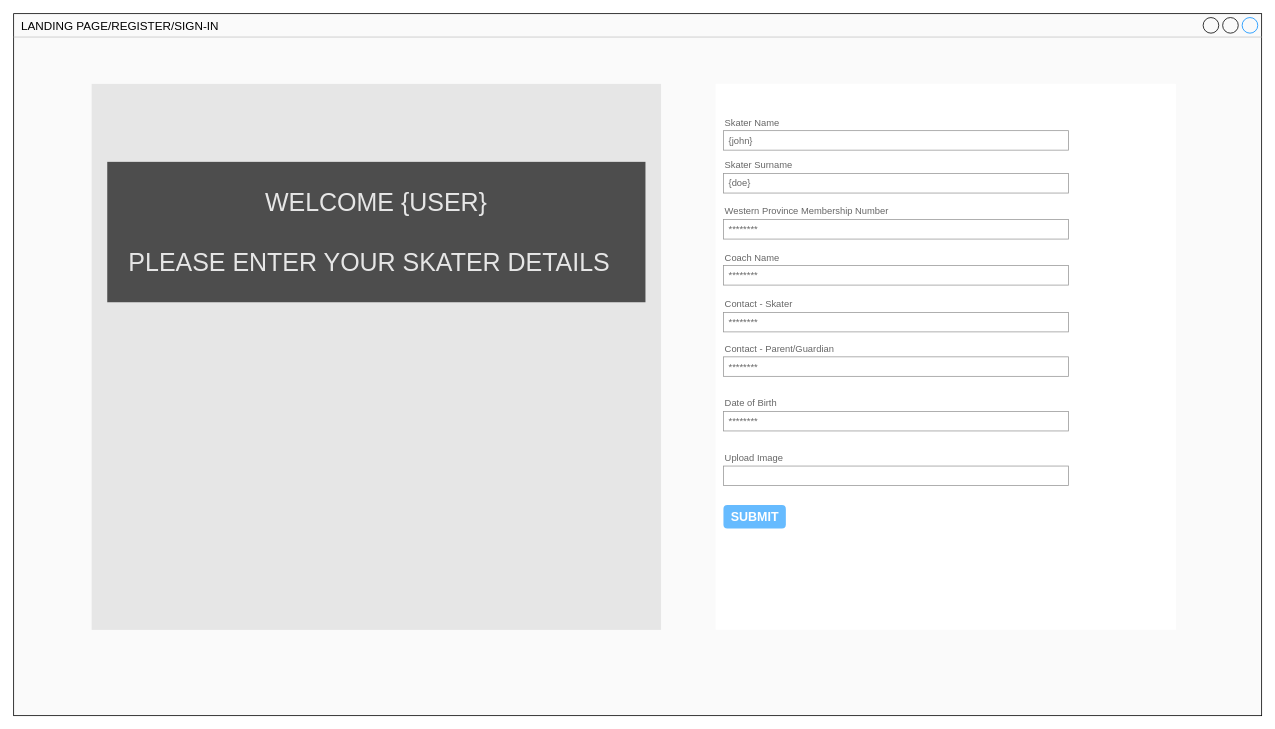
Above: page "ENTER SKATER DETAILS DESKTOP" (3 of 15) of SkaterPatchTimeApp.drawio in neilbenjamin/SkaterPatchTime (draw.io), before the change. Source tidied: cells renumbered, new cells numbered last; positions are measured from the earlier drawing's top-left corner, leaving out a move shared by most shapes. Both pictures are drawn from the tidied source at 78%, with x=0, y=0 at pixel (13, 13).
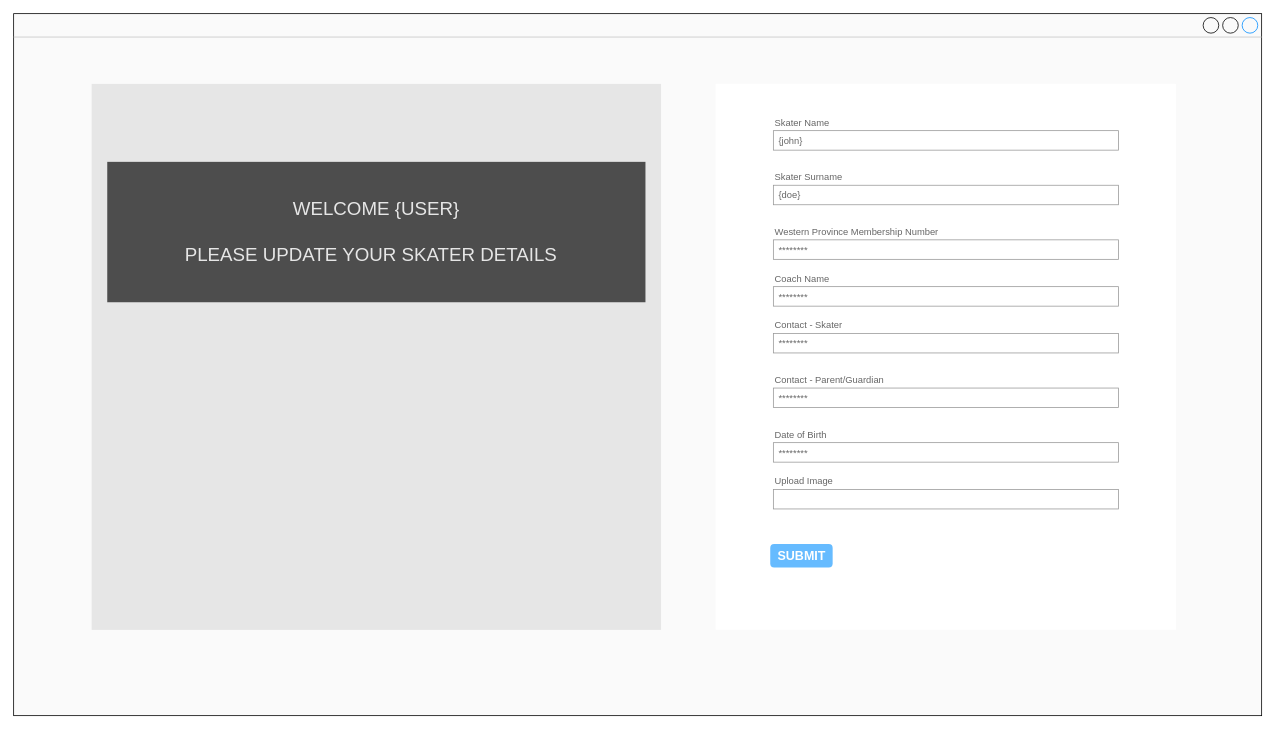
The same diagram, later.

The change refers to these unchanged cells:
```xml
<mxCell id="5" style="strokeWidth=1;shadow=0;dashed=0;align=center;html=1;shape=mxgraph.mockup.forms.rrect;rSize=0;strokeColor=none;fillColor=#ffffff;" parent="1" vertex="1">
  <mxGeometry x="900" y="90" width="590" height="700" as="geometry" />
</mxCell>
```

What changed in the source:
```diff
@@
-    <mxCell id="2" value="LANDING PAGE/REGISTER/SIGN-IN" style="strokeWidth=1;shadow=0;dashed=0;align=center;html=1;shape=mxgraph.mockup.containers.window;align=left;verticalAlign=top;spacingLeft=8;strokeColor2=#008cff;strokeColor3=#c4c4c4;mainText=;fontSize=15;labelBackgroundColor=none;whiteSpace=wrap;fillColor=#FAFAFA;" parent="1" vertex="1">
+    <mxCell id="2" style="strokeWidth=1;shadow=0;dashed=0;align=center;html=1;shape=mxgraph.mockup.containers.window;align=left;verticalAlign=top;spacingLeft=8;strokeColor2=#008cff;strokeColor3=#c4c4c4;mainText=;fontSize=15;labelBackgroundColor=none;whiteSpace=wrap;fillColor=#FAFAFA;" parent="1" vertex="1">
       <mxGeometry width="1600" height="900" as="geometry" />
     </mxCell>
@@
-    <mxCell id="4" value="&lt;font style=&quot;font-size: 32px;&quot;&gt;WELCOME {USER}&lt;br&gt;&lt;br&gt;PLEASE ENTER YOUR SKATER DETAILS&amp;nbsp;&amp;nbsp;&lt;/font&gt;" style="whiteSpace=wrap;html=1;strokeColor=none;fontColor=#E6E6E6;fillColor=#4D4D4D;" parent="1" vertex="1">
+    <mxCell id="4" value="&lt;font style=&quot;font-size: 24px;&quot;&gt;WELCOME {USER}&lt;br style=&quot;font-size: 24px;&quot;&gt;&lt;br style=&quot;font-size: 24px;&quot;&gt;PLEASE UPDATE YOUR SKATER DETAILS&amp;nbsp;&amp;nbsp;&lt;/font&gt;" style="whiteSpace=wrap;html=1;strokeColor=none;fontColor=#E6E6E6;fillColor=#4D4D4D;fontSize=24;" parent="1" vertex="1">
       <mxGeometry x="120" y="190" width="690" height="180" as="geometry" />
     </mxCell>
@@
     <mxCell id="6" value="Skater Name" style="strokeWidth=1;shadow=0;dashed=0;align=center;html=1;shape=mxgraph.mockup.forms.anchor;fontSize=12;fontColor=#666666;align=left;spacingLeft=0;" parent="5" vertex="1">
       <mxGeometry width="295" height="20" relative="1" as="geometry">
-        <mxPoint x="10" y="40" as="offset" />
+        <mxPoint x="74" y="40" as="offset" />
       </mxGeometry>
     </mxCell>
     <mxCell id="7" value="{john}" style="strokeWidth=1;shadow=0;dashed=0;align=center;html=1;shape=mxgraph.mockup.forms.rrect;rSize=0;strokeColor=#999999;fontColor=#666666;align=left;spacingLeft=5;" parent="5" vertex="1">
       <mxGeometry width="442.5" height="25" relative="1" as="geometry">
-        <mxPoint x="10" y="60" as="offset" />
+        <mxPoint x="74" y="60" as="offset" />
       </mxGeometry>
     </mxCell>
     <mxCell id="8" value="Skater Surname" style="strokeWidth=1;shadow=0;dashed=0;align=center;html=1;shape=mxgraph.mockup.forms.anchor;fontSize=12;fontColor=#666666;align=left;spacingLeft=0;" parent="5" vertex="1">
       <mxGeometry width="295" height="20" relative="1" as="geometry">
-        <mxPoint x="10" y="95" as="offset" />
+        <mxPoint x="74" y="110" as="offset" />
       </mxGeometry>
     </mxCell>
     <mxCell id="9" value="{doe}&amp;nbsp;" style="strokeWidth=1;shadow=0;dashed=0;align=center;html=1;shape=mxgraph.mockup.forms.rrect;rSize=0;strokeColor=#999999;fontColor=#666666;align=left;spacingLeft=5;" parent="5" vertex="1">
       <mxGeometry width="442.5" height="25" relative="1" as="geometry">
-        <mxPoint x="10" y="115" as="offset" />
+        <mxPoint x="74" y="130" as="offset" />
       </mxGeometry>
     </mxCell>
@@
     <mxCell id="11" value="SUBMIT" style="strokeWidth=1;shadow=0;dashed=0;align=center;html=1;shape=mxgraph.mockup.forms.rrect;rSize=5;strokeColor=none;fontColor=#ffffff;fillColor=#66bbff;fontSize=16;fontStyle=1;" parent="5" vertex="1">
       <mxGeometry y="1" width="80" height="30" relative="1" as="geometry">
-        <mxPoint x="10" y="-160" as="offset" />
+        <mxPoint x="70" y="-110" as="offset" />
       </mxGeometry>
     </mxCell>
     <mxCell id="12" value="Coach Name" style="strokeWidth=1;shadow=0;dashed=0;align=center;html=1;shape=mxgraph.mockup.forms.anchor;fontSize=12;fontColor=#666666;align=left;spacingLeft=0;" parent="5" vertex="1">
       <mxGeometry width="295" height="20" relative="1" as="geometry">
-        <mxPoint x="10" y="213" as="offset" />
+        <mxPoint x="74" y="240" as="offset" />
       </mxGeometry>
     </mxCell>
     <mxCell id="13" value="********" style="strokeWidth=1;shadow=0;dashed=0;align=center;html=1;shape=mxgraph.mockup.forms.rrect;rSize=0;strokeColor=#999999;fontColor=#666666;align=left;spacingLeft=5;" parent="5" vertex="1">
       <mxGeometry width="442.5" height="25" relative="1" as="geometry">
-        <mxPoint x="10" y="233" as="offset" />
+        <mxPoint x="74" y="260" as="offset" />
       </mxGeometry>
     </mxCell>
     <mxCell id="14" value="Contact - Skater" style="strokeWidth=1;shadow=0;dashed=0;align=center;html=1;shape=mxgraph.mockup.forms.anchor;fontSize=12;fontColor=#666666;align=left;spacingLeft=0;" parent="5" vertex="1">
       <mxGeometry width="295" height="20" relative="1" as="geometry">
-        <mxPoint x="10" y="273" as="offset" />
+        <mxPoint x="74" y="300" as="offset" />
       </mxGeometry>
     </mxCell>
     <mxCell id="15" value="********" style="strokeWidth=1;shadow=0;dashed=0;align=center;html=1;shape=mxgraph.mockup.forms.rrect;rSize=0;strokeColor=#999999;fontColor=#666666;align=left;spacingLeft=5;" parent="5" vertex="1">
       <mxGeometry width="442.5" height="25" relative="1" as="geometry">
-        <mxPoint x="10" y="293" as="offset" />
+        <mxPoint x="74" y="320" as="offset" />
       </mxGeometry>
     </mxCell>
     <mxCell id="16" value="Contact - Parent/Guardian" style="strokeWidth=1;shadow=0;dashed=0;align=center;html=1;shape=mxgraph.mockup.forms.anchor;fontSize=12;fontColor=#666666;align=left;spacingLeft=0;" parent="5" vertex="1">
       <mxGeometry width="295" height="20" relative="1" as="geometry">
-        <mxPoint x="10" y="330" as="offset" />
+        <mxPoint x="74" y="370" as="offset" />
       </mxGeometry>
     </mxCell>
     <mxCell id="17" value="********" style="strokeWidth=1;shadow=0;dashed=0;align=center;html=1;shape=mxgraph.mockup.forms.rrect;rSize=0;strokeColor=#999999;fontColor=#666666;align=left;spacingLeft=5;" parent="5" vertex="1">
       <mxGeometry width="442.5" height="25" relative="1" as="geometry">
-        <mxPoint x="10" y="350" as="offset" />
+        <mxPoint x="74" y="390" as="offset" />
       </mxGeometry>
     </mxCell>
     <mxCell id="18" value="Date of Birth" style="strokeWidth=1;shadow=0;dashed=0;align=center;html=1;shape=mxgraph.mockup.forms.anchor;fontSize=12;fontColor=#666666;align=left;spacingLeft=0;" parent="5" vertex="1">
       <mxGeometry width="295" height="20" relative="1" as="geometry">
-        <mxPoint x="10" y="400" as="offset" />
+        <mxPoint x="74" y="440" as="offset" />
       </mxGeometry>
     </mxCell>
     <mxCell id="19" value="********" style="strokeWidth=1;shadow=0;dashed=0;align=center;html=1;shape=mxgraph.mockup.forms.rrect;rSize=0;strokeColor=#999999;fontColor=#666666;align=left;spacingLeft=5;" parent="5" vertex="1">
       <mxGeometry width="442.5" height="25" relative="1" as="geometry">
-        <mxPoint x="10" y="420" as="offset" />
+        <mxPoint x="74" y="460" as="offset" />
       </mxGeometry>
     </mxCell>
     <mxCell id="20" value="Western Province Membership Number" style="strokeWidth=1;shadow=0;dashed=0;align=center;html=1;shape=mxgraph.mockup.forms.anchor;fontSize=12;fontColor=#666666;align=left;spacingLeft=0;" parent="5" vertex="1">
       <mxGeometry width="295" height="20" relative="1" as="geometry">
-        <mxPoint x="10" y="154" as="offset" />
+        <mxPoint x="74" y="180" as="offset" />
       </mxGeometry>
     </mxCell>
     <mxCell id="21" value="********" style="strokeWidth=1;shadow=0;dashed=0;align=center;html=1;shape=mxgraph.mockup.forms.rrect;rSize=0;strokeColor=#999999;fontColor=#666666;align=left;spacingLeft=5;" parent="5" vertex="1">
       <mxGeometry width="442.5" height="25" relative="1" as="geometry">
-        <mxPoint x="10" y="174" as="offset" />
+        <mxPoint x="74" y="200" as="offset" />
       </mxGeometry>
     </mxCell>
     <mxCell id="22" value="Upload Image" style="strokeWidth=1;shadow=0;dashed=0;align=center;html=1;shape=mxgraph.mockup.forms.anchor;fontSize=12;fontColor=#666666;align=left;spacingLeft=0;" parent="5" vertex="1">
       <mxGeometry width="295" height="20" relative="1" as="geometry">
-        <mxPoint x="10" y="470" as="offset" />
+        <mxPoint x="74" y="500" as="offset" />
       </mxGeometry>
     </mxCell>
     <mxCell id="23" style="strokeWidth=1;shadow=0;dashed=0;align=center;html=1;shape=mxgraph.mockup.forms.rrect;rSize=0;strokeColor=#999999;fontColor=#666666;align=left;spacingLeft=5;" parent="5" vertex="1">
       <mxGeometry width="442.5" height="25" relative="1" as="geometry">
-        <mxPoint x="10" y="490" as="offset" />
+        <mxPoint x="74" y="520" as="offset" />
       </mxGeometry>
     </mxCell>
```
